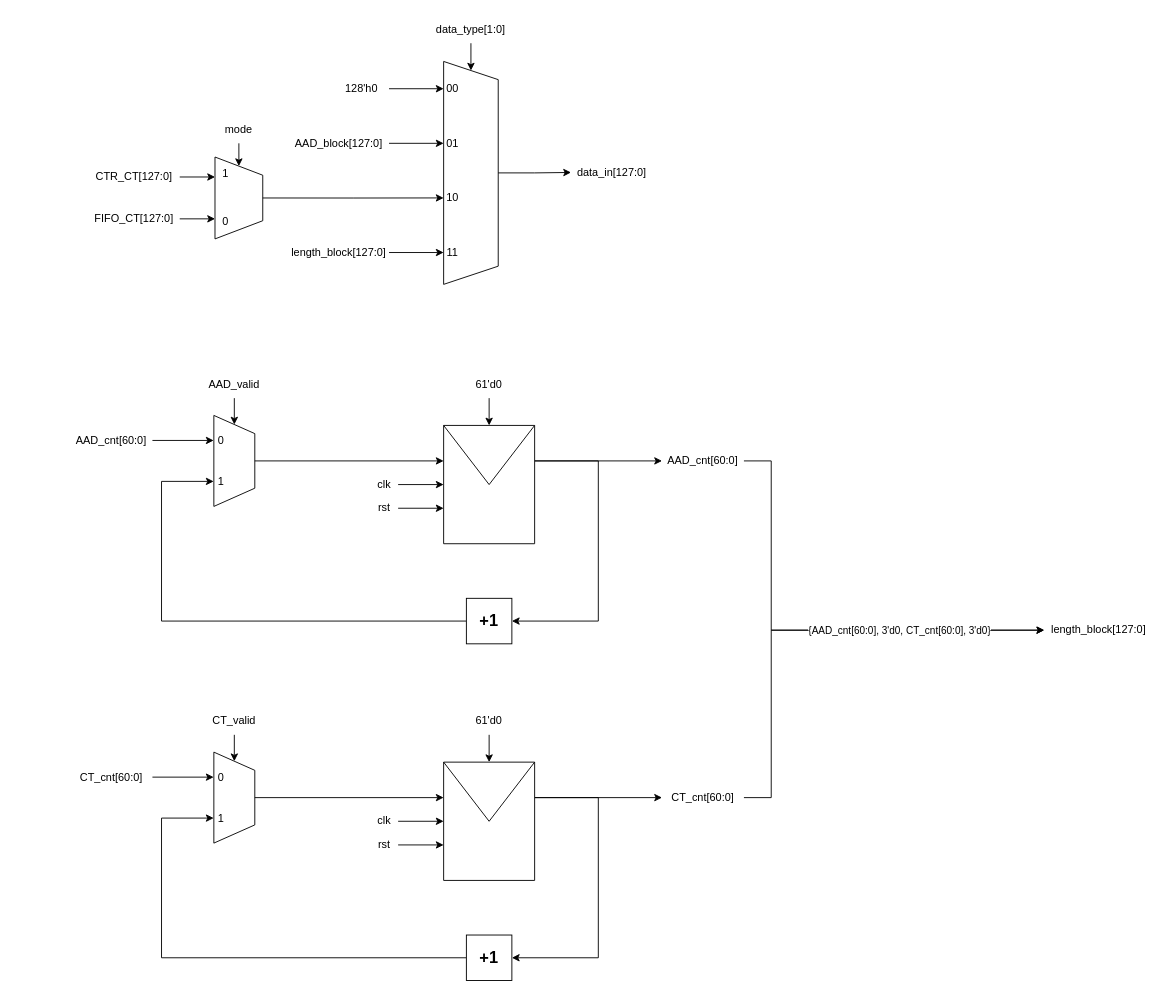
Earlier version of the draw.io diagram Quang Long/_drawio/GHASHInput low level.drawio (LQLManZz/AES128-Verilog). Source tidied: cells renumbered, new cells numbered last; positions are measured from the earlier drawing's top-left corner, leaving out a move shared by most shapes. Both pictures are drawn from the tidied source at 91%, with x=0, y=0 at pixel (70, 15).
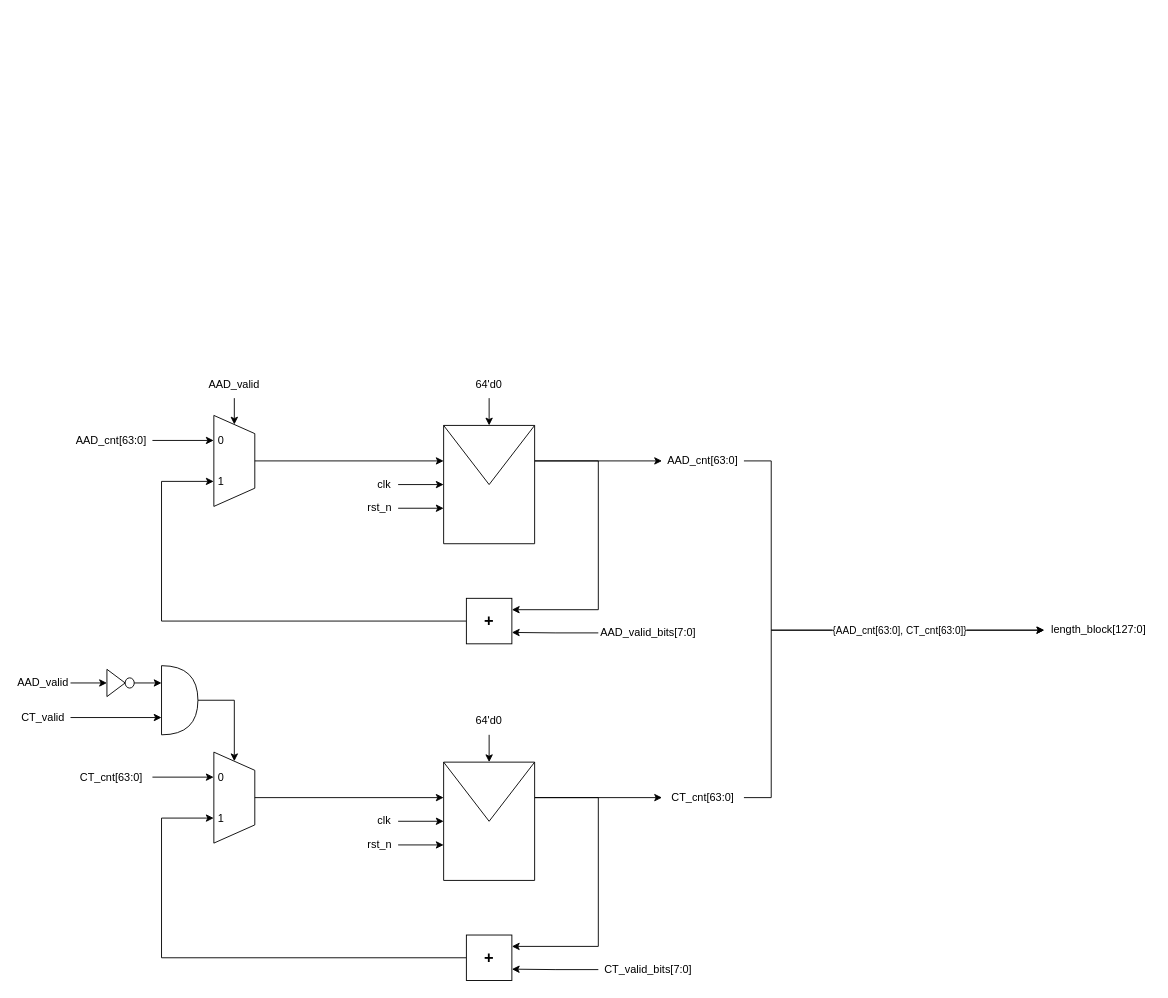
After the change.

Unchanged cells that the change refers to:
```xml
<mxCell id="20" style="shape=message;html=1;html=1;outlineConnect=0;labelPosition=center;verticalLabelPosition=bottom;align=center;verticalAlign=top;" parent="1" vertex="1">
  <mxGeometry x="410" y="450" width="100" height="130" as="geometry" />
</mxCell>
<mxCell id="40" style="shape=message;html=1;html=1;outlineConnect=0;labelPosition=center;verticalLabelPosition=bottom;align=center;verticalAlign=top;" parent="1" vertex="1">
  <mxGeometry x="410" y="820" width="100" height="130" as="geometry" />
</mxCell>
<mxCell id="44" style="shape=trapezoid;perimeter=trapezoidPerimeter;whiteSpace=wrap;html=1;fixedSize=1;rotation=90;" parent="43" vertex="1">
  <mxGeometry y="7.5" width="100" height="45" as="geometry" />
</mxCell>
<mxCell id="50" style="edgeStyle=orthogonalEdgeStyle;rounded=0;jettySize=auto;html=1;exitX=1;exitY=0.5;exitDx=0;exitDy=0;entryX=0;entryY=0.5;entryDx=0;entryDy=0;" parent="1" edge="1" source="52" target="59">
  <mxGeometry relative="1" as="geometry">
    <Array as="points">
      <mxPoint x="770" y="859" />
      <mxPoint x="770" y="675" />
    </Array>
  </mxGeometry>
</mxCell>
```

The edit, as a diff of the source:
```diff
@@
-    <mxCell id="2" style="group;" parent="1" vertex="1">
-      <mxGeometry x="317.5" y="70" width="245" height="200" as="geometry" />
-    </mxCell>
-    <mxCell id="3" style="shape=trapezoid;perimeter=trapezoidPerimeter;whiteSpace=wrap;html=1;fixedSize=1;rotation=90;" parent="2" vertex="1">
-      <mxGeometry y="72.5" width="245" height="60" as="geometry" />
-    </mxCell>
-    <mxCell id="4" value="01" style="text;html=1;whiteSpace=wrap;strokeColor=none;fillColor=none;align=center;verticalAlign=middle;rounded=0;" parent="2" vertex="1">
-      <mxGeometry x="92.5" y="60" width="20" height="20" as="geometry" />
-    </mxCell>
-    <mxCell id="5" value="00" style="text;html=1;whiteSpace=wrap;strokeColor=none;fillColor=none;align=center;verticalAlign=middle;rounded=0;" parent="2" vertex="1">
-      <mxGeometry x="92.5" width="20" height="20" as="geometry" />
-    </mxCell>
-    <mxCell id="6" value="10" style="text;html=1;whiteSpace=wrap;strokeColor=none;fillColor=none;align=center;verticalAlign=middle;rounded=0;" parent="2" vertex="1">
-      <mxGeometry x="92.5" y="120" width="20" height="20" as="geometry" />
-    </mxCell>
-    <mxCell id="7" value="11" style="text;html=1;whiteSpace=wrap;strokeColor=none;fillColor=none;align=center;verticalAlign=middle;rounded=0;" parent="2" vertex="1">
-      <mxGeometry x="92.5" y="180" width="20" height="20" as="geometry" />
-    </mxCell>
-    <mxCell id="8" style="edgeStyle=orthogonalEdgeStyle;rounded=0;jettySize=auto;html=1;exitX=0.5;exitY=1;exitDx=0;exitDy=0;entryX=0;entryY=0.5;entryDx=0;entryDy=0;" parent="1" edge="1" source="9" target="3">
-      <mxGeometry relative="1" as="geometry" />
-    </mxCell>
-    <mxCell id="9" value="data_type[1:0]" style="text;html=1;whiteSpace=wrap;strokeColor=none;fillColor=none;align=center;verticalAlign=middle;rounded=0;" parent="1" vertex="1">
-      <mxGeometry x="400" width="80" height="30" as="geometry" />
-    </mxCell>
-    <mxCell id="10" value="data_in[127:0]" style="text;html=1;whiteSpace=wrap;strokeColor=none;fillColor=none;align=center;verticalAlign=middle;rounded=0;" parent="1" vertex="1">
-      <mxGeometry x="550" y="157" width="90" height="30" as="geometry" />
-    </mxCell>
-    <mxCell id="11" style="edgeStyle=orthogonalEdgeStyle;rounded=0;jettySize=auto;html=1;exitX=0.5;exitY=0;exitDx=0;exitDy=0;entryX=0;entryY=0.5;entryDx=0;entryDy=0;" parent="1" edge="1" source="3" target="10">
-      <mxGeometry relative="1" as="geometry" />
-    </mxCell>
-    <mxCell id="12" value="128'h0" style="text;html=1;whiteSpace=wrap;strokeColor=none;fillColor=none;align=center;verticalAlign=middle;rounded=0;" parent="1" vertex="1">
-      <mxGeometry x="290" y="65" width="60" height="30" as="geometry" />
-    </mxCell>
-    <mxCell id="13" style="edgeStyle=orthogonalEdgeStyle;rounded=0;jettySize=auto;html=1;exitX=1;exitY=0.5;exitDx=0;exitDy=0;entryX=0;entryY=0.5;entryDx=0;entryDy=0;" parent="1" edge="1" source="12" target="5">
-      <mxGeometry relative="1" as="geometry" />
-    </mxCell>
-    <mxCell id="14" style="edgeStyle=orthogonalEdgeStyle;rounded=0;jettySize=auto;html=1;exitX=1;exitY=0.5;exitDx=0;exitDy=0;entryX=0;entryY=0.5;entryDx=0;entryDy=0;" parent="1" edge="1" source="15" target="4">
-      <mxGeometry relative="1" as="geometry" />
-    </mxCell>
-    <mxCell id="15" value="AAD_block[127:0]" style="text;html=1;whiteSpace=wrap;strokeColor=none;fillColor=none;align=center;verticalAlign=middle;rounded=0;" parent="1" vertex="1">
-      <mxGeometry x="240" y="125" width="110" height="30" as="geometry" />
-    </mxCell>
-    <mxCell id="16" style="edgeStyle=orthogonalEdgeStyle;rounded=0;jettySize=auto;html=1;exitX=1;exitY=0.5;exitDx=0;exitDy=0;entryX=0;entryY=0.5;entryDx=0;entryDy=0;" parent="1" edge="1" source="17" target="7">
-      <mxGeometry relative="1" as="geometry" />
-    </mxCell>
-    <mxCell id="17" value="length_block[127:0]" style="text;html=1;whiteSpace=wrap;strokeColor=none;fillColor=none;align=center;verticalAlign=middle;rounded=0;" parent="1" vertex="1">
-      <mxGeometry x="240" y="245" width="110" height="30" as="geometry" />
-    </mxCell>
@@
-    <mxCell id="19" style="edgeStyle=orthogonalEdgeStyle;rounded=0;jettySize=auto;html=1;exitX=1;exitY=0.3;exitDx=0;exitDy=0;entryX=1;entryY=0.5;entryDx=0;entryDy=0;" parent="1" edge="1" source="20" target="35">
+    <mxCell id="19" style="edgeStyle=orthogonalEdgeStyle;rounded=0;jettySize=auto;html=1;exitX=1;exitY=0.3;exitDx=0;exitDy=0;entryX=1;entryY=0.25;entryDx=0;entryDy=0;fontFamily=Helvetica;fontSize=12;fontColor=default;" parent="1" edge="1" source="20" target="35">
       <mxGeometry relative="1" as="geometry">
         <Array as="points">
           <mxPoint x="580" y="489" />
-          <mxPoint x="580" y="665" />
+          <mxPoint x="580" y="652.5" />
         </Array>
       </mxGeometry>
     </mxCell>
@@
-    <mxCell id="31" value="AAD_cnt[60:0]" style="text;html=1;whiteSpace=wrap;strokeColor=none;fillColor=none;align=center;verticalAlign=middle;rounded=0;" parent="1" vertex="1">
+    <mxCell id="31" value="AAD_cnt[63:0]" style="text;html=1;whiteSpace=wrap;strokeColor=none;fillColor=none;align=center;verticalAlign=middle;rounded=0;" parent="1" vertex="1">
       <mxGeometry x="650" y="474" width="90" height="30" as="geometry" />
     </mxCell>
@@
-    <mxCell id="33" value="AAD_cnt[60:0]" style="text;html=1;whiteSpace=wrap;strokeColor=none;fillColor=none;align=center;verticalAlign=middle;rounded=0;" parent="1" vertex="1">
+    <mxCell id="33" value="AAD_cnt[63:0]" style="text;html=1;whiteSpace=wrap;strokeColor=none;fillColor=none;align=center;verticalAlign=middle;rounded=0;" parent="1" vertex="1">
       <mxGeometry y="451.5" width="90" height="30" as="geometry" />
     </mxCell>
@@
-    <mxCell id="35" value="&lt;b&gt;&lt;font style=&quot;font-size: 18px;&quot;&gt;+1&lt;/font&gt;&lt;/b&gt;" style="whiteSpace=wrap;html=1;" parent="1" vertex="1">
+    <mxCell id="35" value="&lt;b&gt;&lt;font style=&quot;font-size: 18px;&quot;&gt;+&lt;/font&gt;&lt;/b&gt;" style="whiteSpace=wrap;html=1;" parent="1" vertex="1">
       <mxGeometry x="435" y="640" width="50" height="50" as="geometry" />
     </mxCell>
@@
-    <mxCell id="37" value="61'd0" style="text;html=1;whiteSpace=wrap;strokeColor=none;fillColor=none;align=center;verticalAlign=middle;rounded=0;" parent="1" vertex="1">
+    <mxCell id="37" value="64'd0" style="text;html=1;whiteSpace=wrap;strokeColor=none;fillColor=none;align=center;verticalAlign=middle;rounded=0;" parent="1" vertex="1">
       <mxGeometry x="435" y="390" width="50" height="30" as="geometry" />
     </mxCell>
@@
-    <mxCell id="39" style="edgeStyle=orthogonalEdgeStyle;rounded=0;jettySize=auto;html=1;exitX=1;exitY=0.3;exitDx=0;exitDy=0;entryX=1;entryY=0.5;entryDx=0;entryDy=0;" parent="1" edge="1" source="40" target="56">
+    <mxCell id="39" style="edgeStyle=orthogonalEdgeStyle;rounded=0;jettySize=auto;html=1;exitX=1;exitY=0.3;exitDx=0;exitDy=0;entryX=1;entryY=0.25;entryDx=0;entryDy=0;fontFamily=Helvetica;fontSize=12;fontColor=default;" parent="1" edge="1" source="40" target="56">
       <mxGeometry relative="1" as="geometry">
         <Array as="points">
           <mxPoint x="580" y="859" />
-          <mxPoint x="580" y="1035" />
+          <mxPoint x="580" y="1022.5" />
         </Array>
       </mxGeometry>
     </mxCell>
@@
-    <mxCell id="48" style="edgeStyle=orthogonalEdgeStyle;rounded=0;jettySize=auto;html=1;exitX=0.5;exitY=1;exitDx=0;exitDy=0;entryX=0;entryY=0.5;entryDx=0;entryDy=0;" parent="1" edge="1" source="49" target="44">
-      <mxGeometry relative="1" as="geometry" />
-    </mxCell>
-    <mxCell id="49" value="CT_valid" style="text;html=1;whiteSpace=wrap;strokeColor=none;fillColor=none;align=center;verticalAlign=middle;rounded=0;" parent="1" vertex="1">
-      <mxGeometry x="150" y="760" width="60" height="30" as="geometry" />
-    </mxCell>
@@
-    <mxCell id="51" value="{AAD_cnt[60:0], 3'd0, CT_cnt[60:0], 3'd0}" style="edgeLabel;html=1;align=center;verticalAlign=middle;" parent="50" vertex="1">
+    <mxCell id="51" value="{AAD_cnt[63:0], CT_cnt[63:0]}" style="edgeLabel;html=1;align=center;verticalAlign=middle;" parent="50" vertex="1">
       <mxGeometry x="0.04" relative="1" as="geometry">
         <mxPoint x="87" as="offset" />
       </mxGeometry>
     </mxCell>
-    <mxCell id="52" value="CT_cnt[60:0]" style="text;html=1;whiteSpace=wrap;strokeColor=none;fillColor=none;align=center;verticalAlign=middle;rounded=0;" parent="1" vertex="1">
+    <mxCell id="52" value="CT_cnt[63:0]" style="text;html=1;whiteSpace=wrap;strokeColor=none;fillColor=none;align=center;verticalAlign=middle;rounded=0;" parent="1" vertex="1">
       <mxGeometry x="650" y="844" width="90" height="30" as="geometry" />
     </mxCell>
@@
-    <mxCell id="54" value="CT_cnt[60:0]" style="text;html=1;whiteSpace=wrap;strokeColor=none;fillColor=none;align=center;verticalAlign=middle;rounded=0;" parent="1" vertex="1">
+    <mxCell id="54" value="CT_cnt[63:0]" style="text;html=1;whiteSpace=wrap;strokeColor=none;fillColor=none;align=center;verticalAlign=middle;rounded=0;" parent="1" vertex="1">
       <mxGeometry y="821.5" width="90" height="30" as="geometry" />
     </mxCell>
@@
-    <mxCell id="56" value="&lt;b&gt;&lt;font style=&quot;font-size: 18px;&quot;&gt;+1&lt;/font&gt;&lt;/b&gt;" style="whiteSpace=wrap;html=1;" parent="1" vertex="1">
+    <mxCell id="56" value="&lt;b&gt;&lt;font style=&quot;font-size: 18px;&quot;&gt;+&lt;/font&gt;&lt;/b&gt;" style="whiteSpace=wrap;html=1;" parent="1" vertex="1">
       <mxGeometry x="435" y="1010" width="50" height="50" as="geometry" />
     </mxCell>
@@
-    <mxCell id="58" value="61'd0" style="text;html=1;whiteSpace=wrap;strokeColor=none;fillColor=none;align=center;verticalAlign=middle;rounded=0;" parent="1" vertex="1">
+    <mxCell id="58" value="64'd0" style="text;html=1;whiteSpace=wrap;strokeColor=none;fillColor=none;align=center;verticalAlign=middle;rounded=0;" parent="1" vertex="1">
       <mxGeometry x="435" y="760" width="50" height="30" as="geometry" />
     </mxCell>
@@
-    <mxCell id="61" value="rst" style="text;html=1;whiteSpace=wrap;strokeColor=none;fillColor=none;align=center;verticalAlign=middle;rounded=0;" parent="1" vertex="1">
-      <mxGeometry x="330" y="526" width="30" height="30" as="geometry" />
+    <mxCell id="61" value="rst_n" style="text;html=1;whiteSpace=wrap;strokeColor=none;fillColor=none;align=center;verticalAlign=middle;rounded=0;" parent="1" vertex="1">
+      <mxGeometry x="320" y="526" width="40" height="30" as="geometry" />
     </mxCell>
@@
-    <mxCell id="63" value="rst" style="text;html=1;whiteSpace=wrap;strokeColor=none;fillColor=none;align=center;verticalAlign=middle;rounded=0;" parent="1" vertex="1">
-      <mxGeometry x="330" y="896" width="30" height="30" as="geometry" />
+    <mxCell id="63" value="rst_n" style="text;html=1;whiteSpace=wrap;strokeColor=none;fillColor=none;align=center;verticalAlign=middle;rounded=0;" parent="1" vertex="1">
+      <mxGeometry x="320" y="896" width="40" height="30" as="geometry" />
     </mxCell>
-    <mxCell id="64" style="group;" parent="1" vertex="1">
-      <mxGeometry x="140" y="165" width="90" height="70" as="geometry" />
-    </mxCell>
-    <mxCell id="65" style="shape=trapezoid;perimeter=trapezoidPerimeter;whiteSpace=wrap;html=1;fixedSize=1;rotation=90;" parent="64" vertex="1">
-      <mxGeometry y="8.8" width="90" height="52.5" as="geometry" />
-    </mxCell>
-    <mxCell id="66" value="0" style="text;html=1;whiteSpace=wrap;strokeColor=none;fillColor=none;align=center;verticalAlign=middle;rounded=0;" parent="64" vertex="1">
-      <mxGeometry x="22.5" y="52.5" width="15" height="17.5" as="geometry" />
-    </mxCell>
-    <mxCell id="67" value="1" style="text;html=1;whiteSpace=wrap;strokeColor=none;fillColor=none;align=center;verticalAlign=middle;rounded=0;" parent="64" vertex="1">
-      <mxGeometry x="22.5" width="15" height="17.5" as="geometry" />
-    </mxCell>
-    <mxCell id="68" style="edgeStyle=orthogonalEdgeStyle;rounded=0;jettySize=auto;html=1;exitX=0.5;exitY=0;exitDx=0;exitDy=0;entryX=0;entryY=0.5;entryDx=0;entryDy=0;" parent="1" edge="1" source="65" target="6">
-      <mxGeometry relative="1" as="geometry" />
-    </mxCell>
-    <mxCell id="69" style="edgeStyle=orthogonalEdgeStyle;rounded=0;jettySize=auto;html=1;exitX=0.5;exitY=1;exitDx=0;exitDy=0;entryX=0;entryY=0.5;entryDx=0;entryDy=0;" parent="1" edge="1" source="70" target="65">
-      <mxGeometry relative="1" as="geometry" />
-    </mxCell>
-    <mxCell id="70" value="mode" style="text;html=1;whiteSpace=wrap;strokeColor=none;fillColor=none;align=center;verticalAlign=middle;rounded=0;" parent="1" vertex="1">
-      <mxGeometry x="165" y="110" width="40" height="30" as="geometry" />
-    </mxCell>
-    <mxCell id="71" style="edgeStyle=orthogonalEdgeStyle;rounded=0;jettySize=auto;html=1;exitX=1;exitY=0.5;exitDx=0;exitDy=0;entryX=0.25;entryY=1;entryDx=0;entryDy=0;" parent="1" edge="1" source="72" target="65">
-      <mxGeometry relative="1" as="geometry" />
-    </mxCell>
-    <mxCell id="72" value="CTR_CT[127:0]" style="text;html=1;whiteSpace=wrap;strokeColor=none;fillColor=none;align=center;verticalAlign=middle;rounded=0;" parent="1" vertex="1">
-      <mxGeometry x="20" y="162" width="100" height="30" as="geometry" />
-    </mxCell>
-    <mxCell id="73" style="edgeStyle=orthogonalEdgeStyle;rounded=0;jettySize=auto;html=1;exitX=1;exitY=0.5;exitDx=0;exitDy=0;entryX=0.75;entryY=1;entryDx=0;entryDy=0;" parent="1" edge="1" source="74" target="65">
-      <mxGeometry relative="1" as="geometry" />
-    </mxCell>
-    <mxCell id="74" value="FIFO_CT[127:0]" style="text;html=1;whiteSpace=wrap;strokeColor=none;fillColor=none;align=center;verticalAlign=middle;rounded=0;" parent="1" vertex="1">
-      <mxGeometry x="20" y="208" width="100" height="30" as="geometry" />
-    </mxCell>
+    <mxCell id="75" style="edgeStyle=orthogonalEdgeStyle;rounded=0;jettySize=auto;html=1;exitX=0;exitY=0.5;exitDx=0;exitDy=0;entryX=1;entryY=0.75;entryDx=0;entryDy=0;fontFamily=Helvetica;fontSize=12;fontColor=default;" parent="1" edge="1" source="76" target="56">
+      <mxGeometry relative="1" as="geometry" />
+    </mxCell>
+    <mxCell id="76" value="CT_valid_bits[7:0]" style="text;html=1;whiteSpace=wrap;strokeColor=none;fillColor=none;align=center;verticalAlign=middle;rounded=0;" parent="1" vertex="1">
+      <mxGeometry x="580" y="1033" width="110" height="30" as="geometry" />
+    </mxCell>
+    <mxCell id="77" style="edgeStyle=orthogonalEdgeStyle;rounded=0;jettySize=auto;html=1;exitX=0;exitY=0.5;exitDx=0;exitDy=0;entryX=1;entryY=0.75;entryDx=0;entryDy=0;fontFamily=Helvetica;fontSize=12;fontColor=default;" parent="1" edge="1" source="78" target="35">
+      <mxGeometry relative="1" as="geometry" />
+    </mxCell>
+    <mxCell id="78" value="AAD_valid_bits[7:0]" style="text;html=1;whiteSpace=wrap;strokeColor=none;fillColor=none;align=center;verticalAlign=middle;rounded=0;" parent="1" vertex="1">
+      <mxGeometry x="580" y="663" width="110" height="30" as="geometry" />
+    </mxCell>
+    <mxCell id="79" style="edgeStyle=orthogonalEdgeStyle;rounded=0;jettySize=auto;html=1;exitX=1;exitY=0.5;exitDx=0;exitDy=0;entryX=0;entryY=0.5;entryDx=0;entryDy=0;fontFamily=Helvetica;fontSize=12;fontColor=default;" parent="1" edge="1" source="80" target="82">
+      <mxGeometry relative="1" as="geometry" />
+    </mxCell>
+    <mxCell id="80" value="AAD_valid" style="text;html=1;whiteSpace=wrap;strokeColor=none;fillColor=none;align=center;verticalAlign=middle;rounded=0;" parent="1" vertex="1">
+      <mxGeometry x="-60" y="718" width="60" height="30" as="geometry" />
+    </mxCell>
+    <mxCell id="49" value="CT_valid" style="text;html=1;whiteSpace=wrap;strokeColor=none;fillColor=none;align=center;verticalAlign=middle;rounded=0;" parent="1" vertex="1">
+      <mxGeometry x="-60" y="756" width="60" height="30" as="geometry" />
+    </mxCell>
+    <mxCell id="81" style="group;" parent="1" vertex="1">
+      <mxGeometry x="40" y="718" width="30" height="30" as="geometry" />
+    </mxCell>
+    <mxCell id="82" style="triangle;whiteSpace=wrap;html=1;" parent="81" vertex="1">
+      <mxGeometry width="20" height="30" as="geometry" />
+    </mxCell>
+    <mxCell id="83" style="ellipse;whiteSpace=wrap;html=1;" parent="81" vertex="1">
+      <mxGeometry x="20" y="9.4" width="10" height="11.2" as="geometry" />
+    </mxCell>
+    <mxCell id="84" style="edgeStyle=orthogonalEdgeStyle;rounded=0;jettySize=auto;html=1;exitX=1;exitY=0.5;exitDx=0;exitDy=0;exitPerimeter=0;entryX=0;entryY=0.5;entryDx=0;entryDy=0;fontFamily=Helvetica;fontSize=12;fontColor=default;" parent="1" edge="1" source="85" target="44">
+      <mxGeometry relative="1" as="geometry" />
+    </mxCell>
+    <mxCell id="85" style="shape=or;whiteSpace=wrap;html=1;shapeInside=1;" parent="1" vertex="1">
+      <mxGeometry x="100" y="714" width="40" height="76" as="geometry" />
+    </mxCell>
+    <mxCell id="86" style="edgeStyle=orthogonalEdgeStyle;rounded=0;jettySize=auto;html=1;exitX=1;exitY=0.5;exitDx=0;exitDy=0;entryX=0;entryY=0.25;entryDx=0;entryDy=0;entryPerimeter=0;fontFamily=Helvetica;fontSize=12;fontColor=default;" parent="1" edge="1" source="83" target="85">
+      <mxGeometry relative="1" as="geometry" />
+    </mxCell>
+    <mxCell id="87" style="edgeStyle=orthogonalEdgeStyle;rounded=0;jettySize=auto;html=1;exitX=1;exitY=0.5;exitDx=0;exitDy=0;entryX=0;entryY=0.75;entryDx=0;entryDy=0;entryPerimeter=0;fontFamily=Helvetica;fontSize=12;fontColor=default;" parent="1" edge="1" source="49" target="85">
+      <mxGeometry relative="1" as="geometry" />
+    </mxCell>
```
